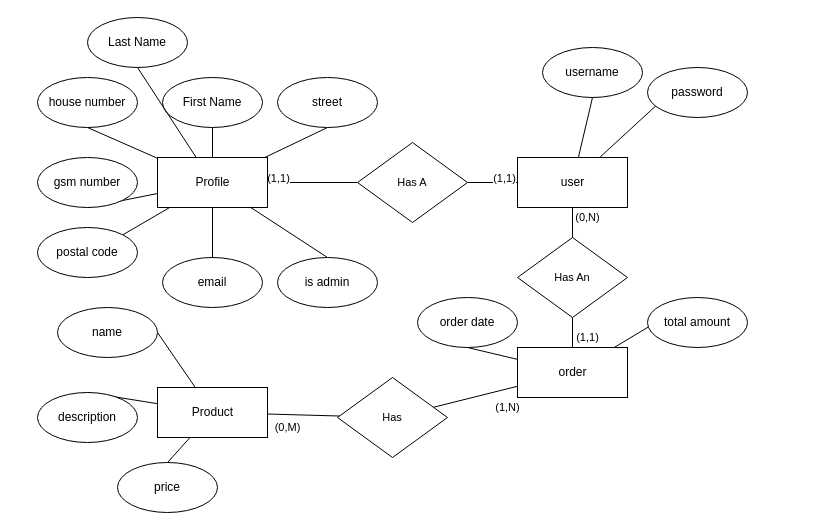
Above: analysis/drawio/conceptual_model.drawio in UCLL-Full-stack/project2425-group-2-12 (draw.io), before the change. Source tidied: cells renumbered, new cells numbered last; positions are measured from the earlier drawing's top-left corner, leaving out a move shared by most shapes. Both pictures are drawn from the tidied source at 100%, with x=0, y=0 at pixel (37, 17).
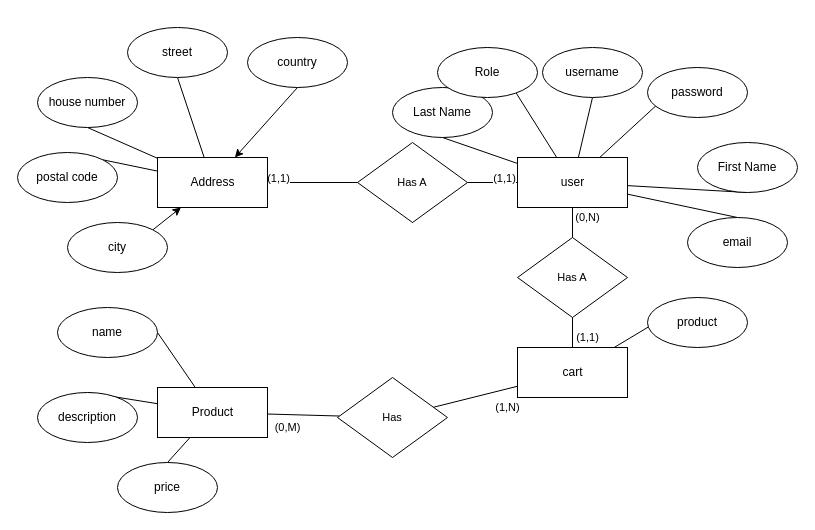
The same page after the edit.

The change refers to these unchanged cells:
```xml
<mxCell id="21" value="user" style="html=1;" parent="1" vertex="1">
  <mxGeometry x="480" y="140" width="110" height="50" as="geometry" />
</mxCell>
```

Change to the diagram source:
```diff
@@
-    <mxCell id="4" value="Profile" style="html=1;" parent="1" vertex="1">
+    <mxCell id="4" value="Address" style="html=1;" parent="1" vertex="1">
       <mxGeometry x="120" y="140" width="110" height="50" as="geometry" />
     </mxCell>
-    <mxCell id="5" style="edgeStyle=none;shape=connector;rounded=1;html=1;exitX=0.5;exitY=1;exitDx=0;exitDy=0;labelBackgroundColor=default;strokeColor=default;fontFamily=Helvetica;fontSize=11;fontColor=default;endArrow=none;endFill=0;" parent="1" edge="1" source="6" target="4">
+    <mxCell id="5" style="edgeStyle=none;shape=connector;rounded=1;html=1;exitX=0.5;exitY=1;exitDx=0;exitDy=0;labelBackgroundColor=default;strokeColor=default;fontFamily=Helvetica;fontSize=11;fontColor=default;endArrow=none;endFill=0;" parent="1" edge="1" source="6" target="21">
       <mxGeometry relative="1" as="geometry" />
     </mxCell>
     <mxCell id="6" value="First Name" style="ellipse;whiteSpace=wrap;html=1;" parent="1" vertex="1">
-      <mxGeometry x="125" y="60" width="100" height="50" as="geometry" />
+      <mxGeometry x="660" y="125" width="100" height="50" as="geometry" />
     </mxCell>
@@
     <mxCell id="8" value="street" style="ellipse;whiteSpace=wrap;html=1;" parent="1" vertex="1">
-      <mxGeometry x="240" y="60" width="100" height="50" as="geometry" />
+      <mxGeometry x="90" y="10" width="100" height="50" as="geometry" />
     </mxCell>
-    <mxCell id="9" style="edgeStyle=none;html=1;exitX=0.5;exitY=1;exitDx=0;exitDy=0;endArrow=none;endFill=0;" parent="1" edge="1" source="10" target="4">
+    <mxCell id="9" style="edgeStyle=none;html=1;exitX=0.5;exitY=1;exitDx=0;exitDy=0;endArrow=none;endFill=0;" parent="1" edge="1" source="10" target="21">
       <mxGeometry relative="1" as="geometry" />
     </mxCell>
     <mxCell id="10" value="Last Name" style="ellipse;whiteSpace=wrap;html=1;" parent="1" vertex="1">
-      <mxGeometry x="50" width="100" height="50" as="geometry" />
+      <mxGeometry x="355" y="70" width="100" height="50" as="geometry" />
     </mxCell>
-    <mxCell id="11" style="edgeStyle=none;shape=connector;rounded=1;html=1;exitX=0.5;exitY=0;exitDx=0;exitDy=0;labelBackgroundColor=default;strokeColor=default;fontFamily=Helvetica;fontSize=11;fontColor=default;endArrow=none;endFill=0;" parent="1" edge="1" source="12" target="4">
+    <mxCell id="11" style="edgeStyle=none;shape=connector;rounded=1;html=1;exitX=0.5;exitY=0;exitDx=0;exitDy=0;labelBackgroundColor=default;strokeColor=default;fontFamily=Helvetica;fontSize=11;fontColor=default;endArrow=none;endFill=0;" parent="1" edge="1" source="12" target="21">
       <mxGeometry relative="1" as="geometry" />
     </mxCell>
-    <mxCell id="12" value="is admin" style="ellipse;whiteSpace=wrap;html=1;" parent="1" vertex="1">
-      <mxGeometry x="240" y="240" width="100" height="50" as="geometry" />
+    <mxCell id="12" value="Role" style="ellipse;whiteSpace=wrap;html=1;" parent="1" vertex="1">
+      <mxGeometry x="400" y="30" width="100" height="50" as="geometry" />
     </mxCell>
-    <mxCell id="13" style="edgeStyle=none;shape=connector;rounded=1;html=1;exitX=0.5;exitY=0;exitDx=0;exitDy=0;labelBackgroundColor=default;strokeColor=default;fontFamily=Helvetica;fontSize=11;fontColor=default;endArrow=none;endFill=0;" parent="1" edge="1" source="14" target="4">
+    <mxCell id="13" style="edgeStyle=none;shape=connector;rounded=1;html=1;exitX=0.5;exitY=0;exitDx=0;exitDy=0;labelBackgroundColor=default;strokeColor=default;fontFamily=Helvetica;fontSize=11;fontColor=default;endArrow=none;endFill=0;" parent="1" edge="1" source="14" target="21">
       <mxGeometry relative="1" as="geometry" />
     </mxCell>
     <mxCell id="14" value="email" style="ellipse;whiteSpace=wrap;html=1;" parent="1" vertex="1">
-      <mxGeometry x="125" y="240" width="100" height="50" as="geometry" />
+      <mxGeometry x="650" y="200" width="100" height="50" as="geometry" />
     </mxCell>
@@
     <mxCell id="16" value="postal code" style="ellipse;whiteSpace=wrap;html=1;" parent="1" vertex="1">
-      <mxGeometry y="210" width="100" height="50" as="geometry" />
+      <mxGeometry x="-20" y="135" width="100" height="50" as="geometry" />
     </mxCell>
@@
-    <mxCell id="19" style="edgeStyle=none;shape=connector;rounded=1;html=1;exitX=0.5;exitY=1;exitDx=0;exitDy=0;labelBackgroundColor=default;strokeColor=default;fontFamily=Helvetica;fontSize=11;fontColor=default;endArrow=none;endFill=0;" parent="1" edge="1" source="20" target="4">
-      <mxGeometry relative="1" as="geometry" />
-    </mxCell>
-    <mxCell id="20" value="gsm number" style="ellipse;whiteSpace=wrap;html=1;" parent="1" vertex="1">
-      <mxGeometry y="140" width="100" height="50" as="geometry" />
-    </mxCell>
@@
-    <mxCell id="26" value="order" style="html=1;" parent="1" vertex="1">
+    <mxCell id="26" value="cart" style="html=1;" parent="1" vertex="1">
       <mxGeometry x="480" y="330" width="110" height="50" as="geometry" />
     </mxCell>
-    <mxCell id="27" style="edgeStyle=none;shape=connector;rounded=1;html=1;exitX=0.5;exitY=1;exitDx=0;exitDy=0;labelBackgroundColor=default;strokeColor=default;fontFamily=Helvetica;fontSize=11;fontColor=default;endArrow=none;endFill=0;" parent="1" edge="1" source="28" target="26">
-      <mxGeometry relative="1" as="geometry" />
-    </mxCell>
-    <mxCell id="28" value="order date" style="ellipse;whiteSpace=wrap;html=1;" parent="1" vertex="1">
-      <mxGeometry x="380" y="280" width="100" height="50" as="geometry" />
-    </mxCell>
@@
-    <mxCell id="30" value="total amount" style="ellipse;whiteSpace=wrap;html=1;" parent="1" vertex="1">
+    <mxCell id="30" value="product" style="ellipse;whiteSpace=wrap;html=1;" parent="1" vertex="1">
       <mxGeometry x="610" y="280" width="100" height="50" as="geometry" />
     </mxCell>
@@
-    <mxCell id="43" value="Has An" style="rhombus;whiteSpace=wrap;html=1;fontFamily=Helvetica;fontSize=11;fontColor=default;" parent="1" vertex="1">
+    <mxCell id="43" value="Has A" style="rhombus;whiteSpace=wrap;html=1;fontFamily=Helvetica;fontSize=11;fontColor=default;" parent="1" vertex="1">
       <mxGeometry x="480" y="220" width="110" height="80" as="geometry" />
     </mxCell>
@@
+    <mxCell id="51" style="edgeStyle=none;html=1;exitX=1;exitY=0;exitDx=0;exitDy=0;" parent="1" edge="1" source="52" target="4">
+      <mxGeometry relative="1" as="geometry" />
+    </mxCell>
+    <mxCell id="52" value="city" style="ellipse;whiteSpace=wrap;html=1;" parent="1" vertex="1">
+      <mxGeometry x="30" y="205" width="100" height="50" as="geometry" />
+    </mxCell>
+    <mxCell id="53" style="edgeStyle=none;html=1;exitX=0.5;exitY=1;exitDx=0;exitDy=0;" parent="1" edge="1" source="54" target="4">
+      <mxGeometry relative="1" as="geometry" />
+    </mxCell>
+    <mxCell id="54" value="country" style="ellipse;whiteSpace=wrap;html=1;" parent="1" vertex="1">
+      <mxGeometry x="210" y="20" width="100" height="50" as="geometry" />
+    </mxCell>
```
